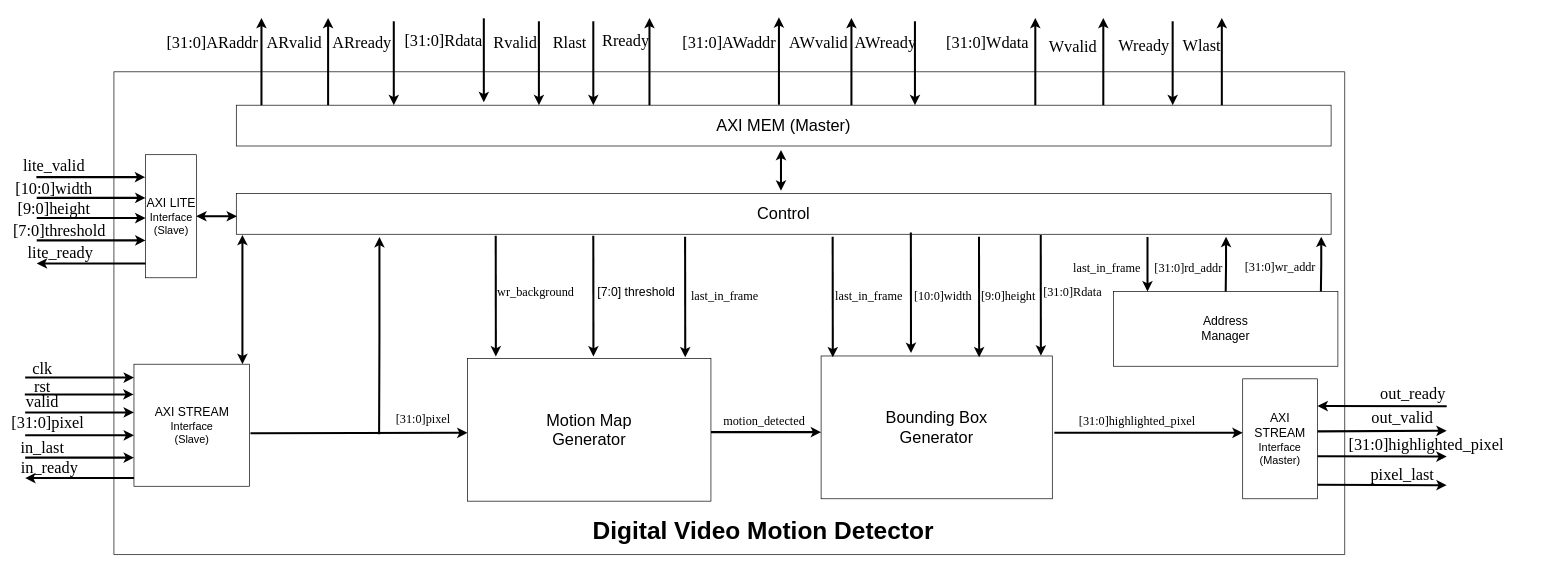
Above: drawings/Block_Diagram_v9.drawio in sabarioded/Hardware_for_Digital_Video_Motion_Detector (draw.io), before the change. Source tidied: cells renumbered, new cells numbered last; positions are measured from the earlier drawing's top-left corner, leaving out a move shared by most shapes. Both pictures are drawn from the tidied source at 68%, with x=0, y=0 at pixel (12, 17).
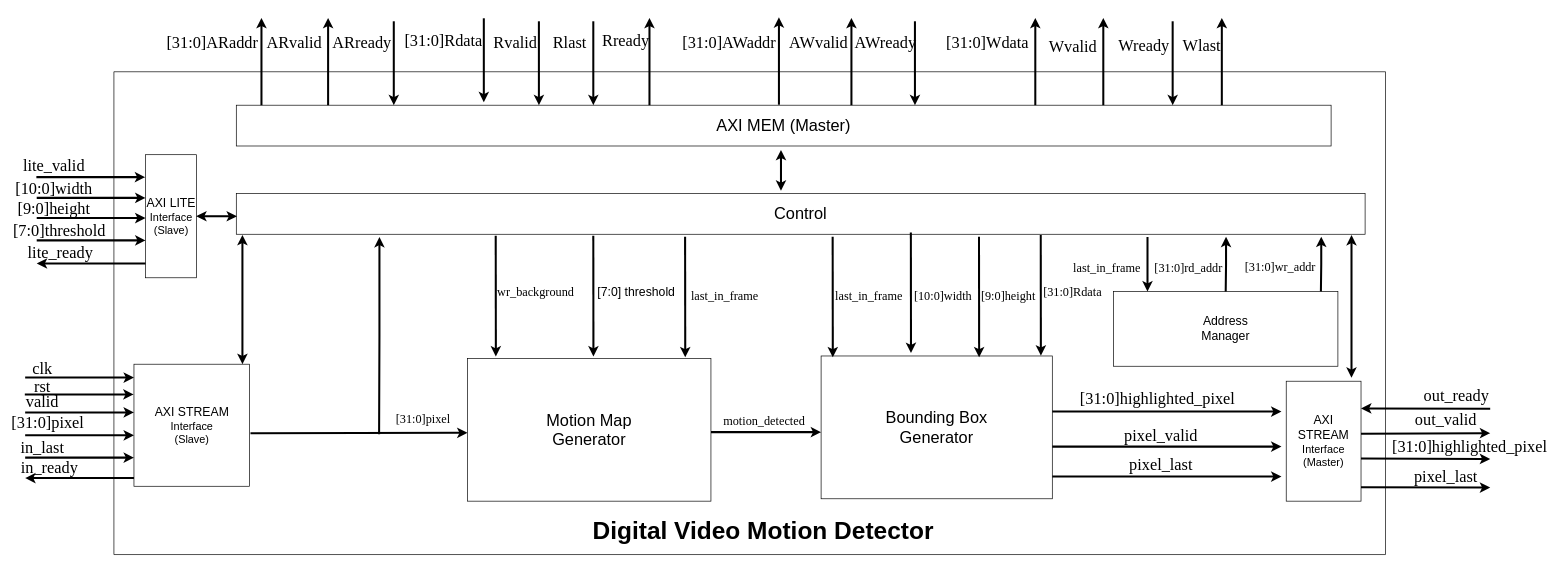
The same page after the edit.

The edit, as a diff of the source:
```diff
@@
     <mxCell id="5" value="&lt;font style=&quot;font-size: 18px;&quot;&gt;AXI STREAM&lt;/font&gt;&lt;div&gt;&lt;font size=&quot;3&quot;&gt;Interface&lt;/font&gt;&lt;/div&gt;&lt;div&gt;&lt;font size=&quot;3&quot;&gt;(Master)&lt;/font&gt;&lt;/div&gt;" style="rounded=0;whiteSpace=wrap;html=1;" parent="1" vertex="1">
-      <mxGeometry x="1810" y="531.6" width="110" height="176.4" as="geometry" />
+      <mxGeometry x="1874" y="535.1" width="110" height="176.4" as="geometry" />
     </mxCell>
     <mxCell id="6" style="swimlane;startSize=0;" parent="1" vertex="1">
-      <mxGeometry x="150" y="80" width="1810" height="710" as="geometry" />
+      <mxGeometry x="150" y="80" width="1870" height="710" as="geometry" />
     </mxCell>
@@
     <mxCell id="10" value="&lt;font style=&quot;font-size: 24px;&quot;&gt;Control&lt;/font&gt;" style="rounded=0;whiteSpace=wrap;html=1;" parent="1" vertex="1">
-      <mxGeometry x="330" y="259" width="1610" height="60" as="geometry" />
+      <mxGeometry x="330" y="259" width="1660" height="60" as="geometry" />
     </mxCell>
@@
     <mxCell id="49" style="endArrow=classic;html=1;rounded=0;exitX=0;exitY=0.318;exitDx=0;exitDy=0;exitPerimeter=0;strokeWidth=3;" parent="1" edge="1">
       <mxGeometry relative="1" as="geometry">
-        <mxPoint x="1920" y="687.5" as="sourcePoint" />
-        <mxPoint x="2110" y="688" as="targetPoint" />
+        <mxPoint x="1984" y="691" as="sourcePoint" />
+        <mxPoint x="2174" y="691.5" as="targetPoint" />
       </mxGeometry>
     </mxCell>
     <mxCell id="50" style="endArrow=classic;html=1;rounded=0;exitX=0;exitY=0.318;exitDx=0;exitDy=0;exitPerimeter=0;strokeWidth=3;" parent="1" edge="1">
       <mxGeometry relative="1" as="geometry">
-        <mxPoint x="1920" y="645.4" as="sourcePoint" />
-        <mxPoint x="2110" y="646" as="targetPoint" />
+        <mxPoint x="1984" y="648.9" as="sourcePoint" />
+        <mxPoint x="2174" y="649.5" as="targetPoint" />
       </mxGeometry>
     </mxCell>
     <mxCell id="51" style="endArrow=classic;html=1;rounded=0;exitX=0;exitY=0.318;exitDx=0;exitDy=0;exitPerimeter=0;strokeWidth=3;" parent="1" edge="1">
       <mxGeometry relative="1" as="geometry">
-        <mxPoint x="1920" y="608.9" as="sourcePoint" />
-        <mxPoint x="2110" y="608" as="targetPoint" />
+        <mxPoint x="1984" y="612.4" as="sourcePoint" />
+        <mxPoint x="2174" y="611.5" as="targetPoint" />
       </mxGeometry>
     </mxCell>
     <mxCell id="52" value="&lt;font face=&quot;Times New Roman&quot; style=&quot;font-size: 24px;&quot;&gt;[31:0]highlighted_pixel&lt;/font&gt;" style="text;html=1;align=center;verticalAlign=middle;whiteSpace=wrap;rounded=0;" parent="1" vertex="1">
-      <mxGeometry x="2045" y="613.5" width="70" height="30" as="geometry" />
+      <mxGeometry x="2109" y="617" width="70" height="30" as="geometry" />
     </mxCell>
     <mxCell id="53" value="&lt;font face=&quot;Times New Roman&quot; style=&quot;font-size: 24px;&quot;&gt;out_valid&lt;/font&gt;" style="text;html=1;align=center;verticalAlign=middle;whiteSpace=wrap;rounded=0;" parent="1" vertex="1">
-      <mxGeometry x="2010" y="573.5" width="70" height="30" as="geometry" />
+      <mxGeometry x="2074" y="577" width="70" height="30" as="geometry" />
     </mxCell>
     <mxCell id="54" value="&lt;font face=&quot;Times New Roman&quot; style=&quot;font-size: 24px;&quot;&gt;pixel_last&lt;/font&gt;" style="text;html=1;align=center;verticalAlign=middle;whiteSpace=wrap;rounded=0;" parent="1" vertex="1">
-      <mxGeometry x="2010" y="657.5" width="70" height="30" as="geometry" />
+      <mxGeometry x="2074" y="661" width="70" height="30" as="geometry" />
     </mxCell>
     <mxCell id="55" style="endArrow=classic;html=1;rounded=0;strokeWidth=3;" parent="1" edge="1">
       <mxGeometry relative="1" as="geometry">
-        <mxPoint x="2110" y="572" as="sourcePoint" />
-        <mxPoint x="1920" y="571.6" as="targetPoint" />
+        <mxPoint x="2174" y="575.5" as="sourcePoint" />
+        <mxPoint x="1984" y="575.1" as="targetPoint" />
       </mxGeometry>
     </mxCell>
     <mxCell id="56" value="&lt;font face=&quot;Times New Roman&quot; style=&quot;font-size: 24px;&quot;&gt;out_ready&lt;/font&gt;" style="text;html=1;align=center;verticalAlign=middle;strokeColor=none;fillColor=none;" parent="1" vertex="1">
-      <mxGeometry x="2000" y="533.5" width="120" height="40" as="geometry" />
+      <mxGeometry x="2064" y="537" width="120" height="40" as="geometry" />
     </mxCell>
@@
-    <mxCell id="78" value="&lt;font face=&quot;Times New Roman&quot; style=&quot;font-size: 18px;&quot;&gt;[31:0]highlighted_pixel&lt;/font&gt;" style="text;html=1;align=center;verticalAlign=middle;whiteSpace=wrap;rounded=0;" parent="1" vertex="1">
-      <mxGeometry x="1620" y="578.5" width="70" height="30" as="geometry" />
+    <mxCell id="78" value="&lt;font face=&quot;Times New Roman&quot; style=&quot;font-size: 24px;&quot;&gt;[31:0]highlighted_pixel&lt;/font&gt;" style="text;html=1;align=center;verticalAlign=middle;whiteSpace=wrap;rounded=0;" parent="1" vertex="1">
+      <mxGeometry x="1650" y="545.5" width="70" height="30" as="geometry" />
     </mxCell>
@@
     <mxCell id="98" style="edgeStyle=orthogonalEdgeStyle;rounded=0;orthogonalLoop=1;jettySize=auto;html=1;strokeWidth=3;" parent="1" edge="1">
       <mxGeometry relative="1" as="geometry">
-        <mxPoint x="1533" y="611" as="sourcePoint" />
-        <mxPoint x="1810" y="611" as="targetPoint" />
+        <mxPoint x="1530" y="579.7" as="sourcePoint" />
+        <mxPoint x="1867" y="579.7" as="targetPoint" />
         <Array as="points">
-          <mxPoint x="1582" y="611" />
+          <mxPoint x="1579" y="579.7" />
         </Array>
       </mxGeometry>
     </mxCell>
@@
+    <mxCell id="100" style="endArrow=classic;startArrow=classic;html=1;rounded=0;strokeWidth=3;" parent="1" edge="1">
+      <mxGeometry relative="1" as="geometry">
+        <mxPoint x="1970" y="530" as="sourcePoint" />
+        <mxPoint x="1970" y="320.1" as="targetPoint" />
+      </mxGeometry>
+    </mxCell>
+    <mxCell id="101" value="&lt;font face=&quot;Times New Roman&quot; style=&quot;font-size: 24px;&quot;&gt;pixel_valid&lt;/font&gt;" style="text;html=1;align=center;verticalAlign=middle;whiteSpace=wrap;rounded=0;" parent="1" vertex="1">
+      <mxGeometry x="1655" y="600" width="70" height="30" as="geometry" />
+    </mxCell>
+    <mxCell id="102" style="edgeStyle=orthogonalEdgeStyle;rounded=0;orthogonalLoop=1;jettySize=auto;html=1;strokeWidth=3;" parent="1" edge="1">
+      <mxGeometry relative="1" as="geometry">
+        <mxPoint x="1530" y="631.3" as="sourcePoint" />
+        <mxPoint x="1867" y="631.3" as="targetPoint" />
+        <Array as="points">
+          <mxPoint x="1579" y="631.3" />
+        </Array>
+      </mxGeometry>
+    </mxCell>
+    <mxCell id="103" style="edgeStyle=orthogonalEdgeStyle;rounded=0;orthogonalLoop=1;jettySize=auto;html=1;strokeWidth=3;" parent="1" edge="1">
+      <mxGeometry relative="1" as="geometry">
+        <mxPoint x="1530" y="675.3" as="sourcePoint" />
+        <mxPoint x="1867" y="675.3" as="targetPoint" />
+        <Array as="points">
+          <mxPoint x="1579" y="675.3" />
+        </Array>
+      </mxGeometry>
+    </mxCell>
+    <mxCell id="104" value="&lt;font face=&quot;Times New Roman&quot; style=&quot;font-size: 24px;&quot;&gt;pixel_last&lt;/font&gt;" style="text;html=1;align=center;verticalAlign=middle;whiteSpace=wrap;rounded=0;" parent="1" vertex="1">
+      <mxGeometry x="1655" y="642.5" width="70" height="30" as="geometry" />
+    </mxCell>
```
